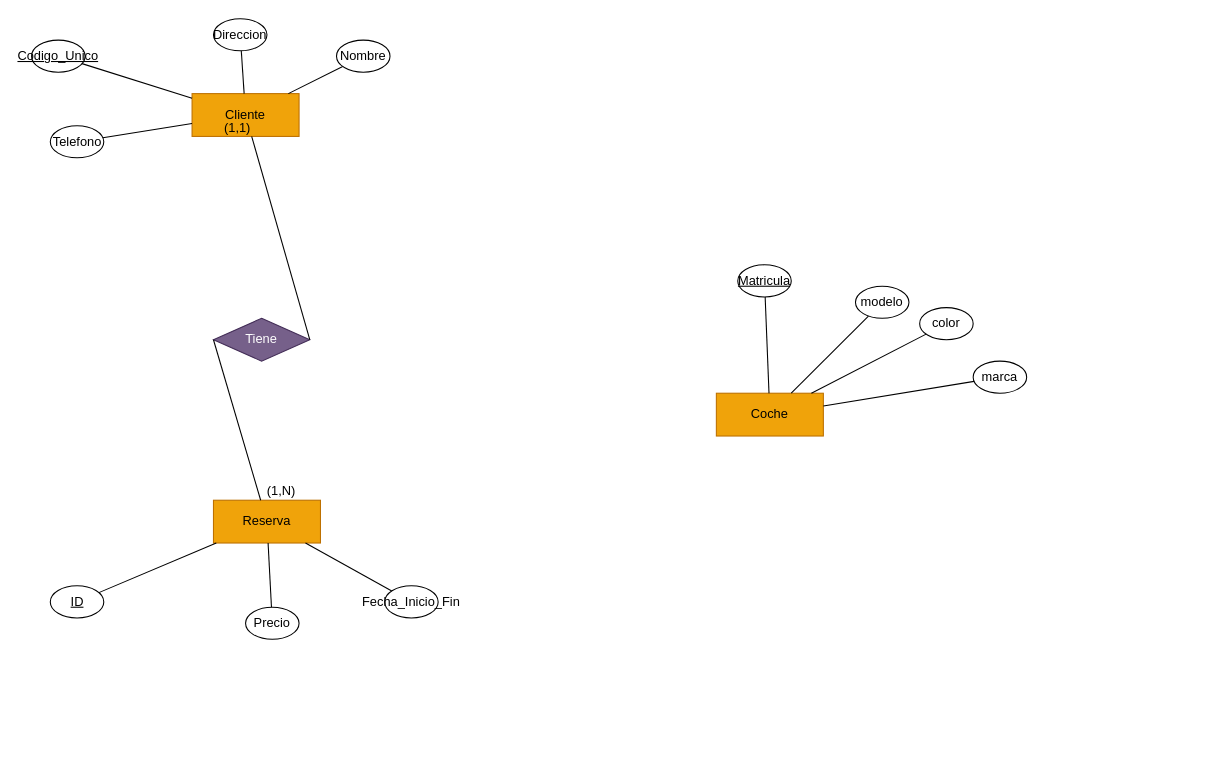
Above: ejers/Ejer04.drawio in NuzzzKa/BasesDeDatos (draw.io), before the change. Source tidied: cells renumbered, new cells numbered last; positions are measured from the earlier drawing's top-left corner, leaving out a move shared by most shapes. Both pictures are drawn from the tidied source at 107%, with x=0, y=0 at pixel (31, 18).
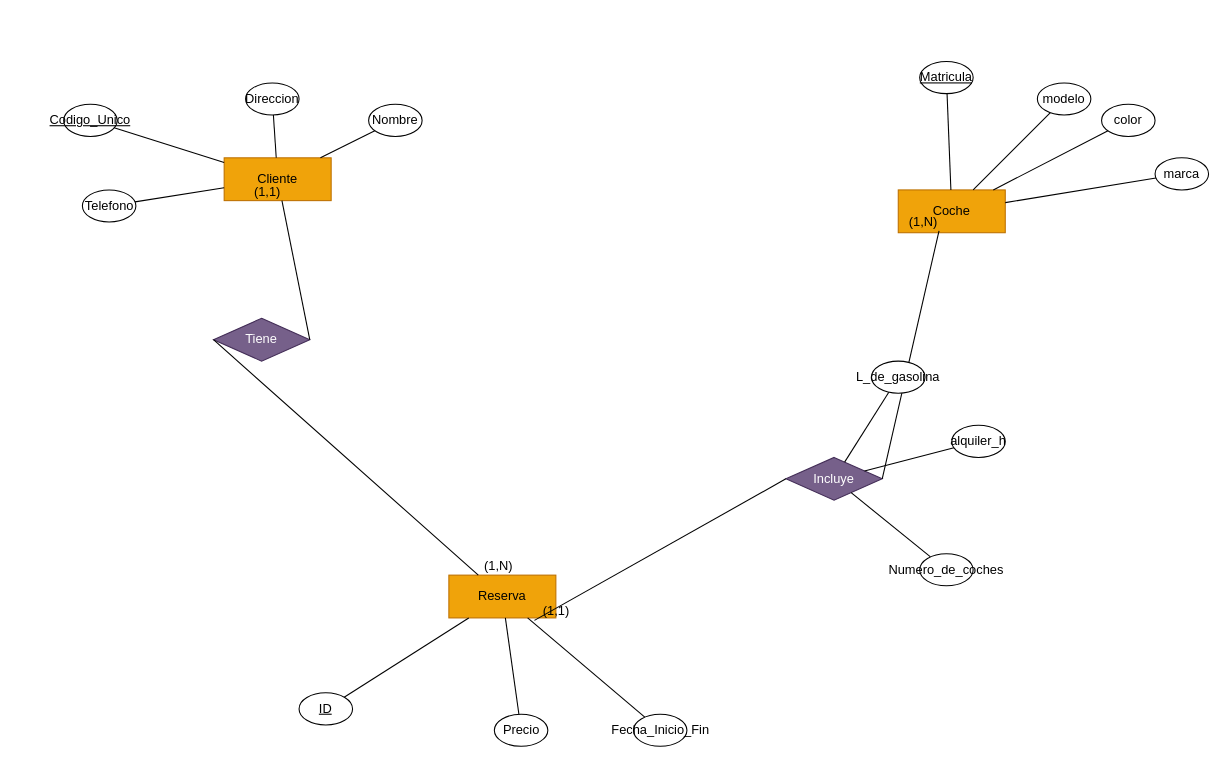
Above is the later version.

Diff of the diagram source:
```diff
@@
     <mxCell id="2" value="Cliente" style="whiteSpace=wrap;html=1;align=center;fillColor=#f0a30a;strokeColor=#BD7000;fontColor=#000000;" parent="1" vertex="1">
-      <mxGeometry x="150" y="70" width="100" height="40" as="geometry" />
+      <mxGeometry x="180" y="130" width="100" height="40" as="geometry" />
     </mxCell>
     <mxCell id="3" value="Coche" style="whiteSpace=wrap;html=1;align=center;fillColor=#f0a30a;strokeColor=#BD7000;fontColor=#000000;" parent="1" vertex="1">
-      <mxGeometry x="640" y="350" width="100" height="40" as="geometry" />
+      <mxGeometry x="810" y="160" width="100" height="40" as="geometry" />
     </mxCell>
     <mxCell id="4" value="Reserva" style="whiteSpace=wrap;html=1;align=center;fillColor=#f0a30a;strokeColor=#BD7000;fontColor=#000000;" parent="1" vertex="1">
-      <mxGeometry x="170" y="450" width="100" height="40" as="geometry" />
+      <mxGeometry x="390" y="520" width="100" height="40" as="geometry" />
     </mxCell>
@@
     <mxCell id="11" value="&lt;u&gt;Codigo_Unico&lt;/u&gt;" style="ellipse;whiteSpace=wrap;html=1;align=center;" parent="1" vertex="1">
-      <mxGeometry y="20" width="50" height="30" as="geometry" />
+      <mxGeometry x="30" y="80" width="50" height="30" as="geometry" />
     </mxCell>
@@
     <mxCell id="13" value="Nombre" style="ellipse;whiteSpace=wrap;html=1;align=center;" parent="1" vertex="1">
-      <mxGeometry x="285" y="20" width="50" height="30" as="geometry" />
+      <mxGeometry x="315" y="80" width="50" height="30" as="geometry" />
     </mxCell>
@@
     <mxCell id="15" value="Direccion" style="ellipse;whiteSpace=wrap;html=1;align=center;" parent="1" vertex="1">
-      <mxGeometry x="170" width="50" height="30" as="geometry" />
+      <mxGeometry x="200" y="60" width="50" height="30" as="geometry" />
     </mxCell>
@@
     <mxCell id="17" value="Telefono" style="ellipse;whiteSpace=wrap;html=1;align=center;" parent="1" vertex="1">
-      <mxGeometry x="17.5" y="100" width="50" height="30" as="geometry" />
+      <mxGeometry x="47.5" y="160" width="50" height="30" as="geometry" />
     </mxCell>
@@
     <mxCell id="19" value="&lt;u&gt;ID&lt;/u&gt;" style="ellipse;whiteSpace=wrap;html=1;align=center;" parent="1" vertex="1">
-      <mxGeometry x="17.5" y="530" width="50" height="30" as="geometry" />
+      <mxGeometry x="250" y="630" width="50" height="30" as="geometry" />
     </mxCell>
@@
     <mxCell id="21" value="Fecha_Inicio_Fin" style="ellipse;whiteSpace=wrap;html=1;align=center;" parent="1" vertex="1">
-      <mxGeometry x="330" y="530" width="50" height="30" as="geometry" />
+      <mxGeometry x="562.5" y="650" width="50" height="30" as="geometry" />
     </mxCell>
@@
     <mxCell id="23" value="Precio" style="ellipse;whiteSpace=wrap;html=1;align=center;" parent="1" vertex="1">
-      <mxGeometry x="200" y="550" width="50" height="30" as="geometry" />
+      <mxGeometry x="432.5" y="650" width="50" height="30" as="geometry" />
     </mxCell>
@@
     <mxCell id="25" value="&lt;u&gt;Matricula&lt;/u&gt;" style="ellipse;whiteSpace=wrap;html=1;align=center;" parent="1" vertex="1">
-      <mxGeometry x="660" y="230" width="50" height="30" as="geometry" />
+      <mxGeometry x="830" y="40" width="50" height="30" as="geometry" />
     </mxCell>
@@
     <mxCell id="27" value="modelo" style="ellipse;whiteSpace=wrap;html=1;align=center;" parent="1" vertex="1">
-      <mxGeometry x="770" y="250" width="50" height="30" as="geometry" />
+      <mxGeometry x="940" y="60" width="50" height="30" as="geometry" />
     </mxCell>
@@
     <mxCell id="29" value="color" style="ellipse;whiteSpace=wrap;html=1;align=center;" parent="1" vertex="1">
-      <mxGeometry x="830" y="270" width="50" height="30" as="geometry" />
+      <mxGeometry x="1000" y="80" width="50" height="30" as="geometry" />
     </mxCell>
@@
     <mxCell id="31" value="marca" style="ellipse;whiteSpace=wrap;html=1;align=center;" parent="1" vertex="1">
-      <mxGeometry x="880" y="320" width="50" height="30" as="geometry" />
+      <mxGeometry x="1050" y="130" width="50" height="30" as="geometry" />
     </mxCell>
+    <mxCell id="32" value="Incluye" style="shape=rhombus;perimeter=rhombusPerimeter;whiteSpace=wrap;html=1;align=center;fillColor=#76608a;fontColor=#ffffff;strokeColor=#432D57;" parent="1" vertex="1">
+      <mxGeometry x="705" y="410" width="90" height="40" as="geometry" />
+    </mxCell>
+    <mxCell id="33" style="endArrow=none;html=1;rounded=0;exitX=0;exitY=0.5;exitDx=0;exitDy=0;entryX=0.8;entryY=1.058;entryDx=0;entryDy=0;entryPerimeter=0;" parent="1" edge="1" source="32" target="4">
+      <mxGeometry relative="1" as="geometry" />
+    </mxCell>
+    <mxCell id="34" value="(1,1)" style="html=1;whiteSpace=wrap;align=right;verticalAlign=bottom;" parent="33" vertex="1">
+      <mxGeometry x="1" relative="1" as="geometry">
+        <mxPoint x="34" as="offset" />
+      </mxGeometry>
+    </mxCell>
+    <mxCell id="35" style="endArrow=none;html=1;rounded=0;exitX=1;exitY=0.5;exitDx=0;exitDy=0;entryX=0.381;entryY=0.954;entryDx=0;entryDy=0;entryPerimeter=0;" parent="1" edge="1" source="32" target="3">
+      <mxGeometry relative="1" as="geometry" />
+    </mxCell>
+    <mxCell id="36" value="(1,N)" style="html=1;whiteSpace=wrap;align=right;verticalAlign=bottom;" parent="35" vertex="1">
+      <mxGeometry x="1" relative="1" as="geometry" />
+    </mxCell>
+    <mxCell id="37" style="endArrow=none;html=1;rounded=0;" parent="1" edge="1" source="32" target="38">
+      <mxGeometry relative="1" as="geometry" />
+    </mxCell>
+    <mxCell id="38" value="L_de_gasolina" style="ellipse;whiteSpace=wrap;html=1;align=center;" parent="1" vertex="1">
+      <mxGeometry x="785" y="320" width="50" height="30" as="geometry" />
+    </mxCell>
+    <mxCell id="39" style="endArrow=none;html=1;rounded=0;" parent="1" edge="1" source="32" target="40">
+      <mxGeometry relative="1" as="geometry" />
+    </mxCell>
+    <mxCell id="40" value="Numero_de_coches" style="ellipse;whiteSpace=wrap;html=1;align=center;" parent="1" vertex="1">
+      <mxGeometry x="830" y="500" width="50" height="30" as="geometry" />
+    </mxCell>
+    <mxCell id="41" style="endArrow=none;html=1;rounded=0;" parent="1" edge="1" source="32" target="42">
+      <mxGeometry relative="1" as="geometry" />
+    </mxCell>
+    <mxCell id="42" value="alquiler_h" style="ellipse;whiteSpace=wrap;html=1;align=center;" parent="1" vertex="1">
+      <mxGeometry x="860" y="380" width="50" height="30" as="geometry" />
+    </mxCell>
```
